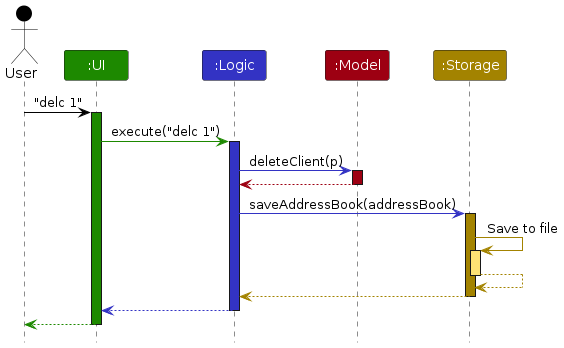
Before: diagrams/ArchitectureSequenceDiagram.png, a diagram exported from PlantUML (AY2627S1-CS2103T-T14-4/tp). Its source is kept beside it as diagrams/ArchitectureSequenceDiagram.puml.
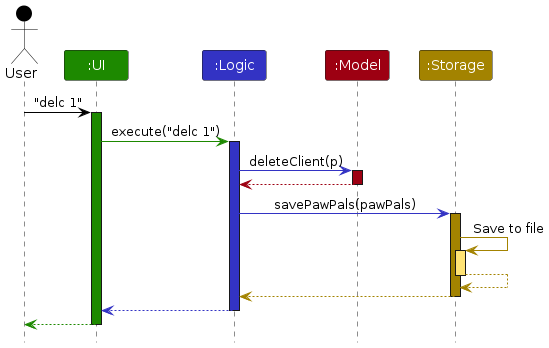
The same file after the commit.

What changed in the source:
```diff
@@ -20,7 +20,7 @@
 model -[MODEL_COLOR]-> logic
 deactivate model
 
-logic -[LOGIC_COLOR]> storage : saveAddressBook(addressBook)
+logic -[LOGIC_COLOR]> storage : savePawPals(pawPals)
 activate storage STORAGE_COLOR
 
 storage -[STORAGE_COLOR]> storage : Save to file
```
